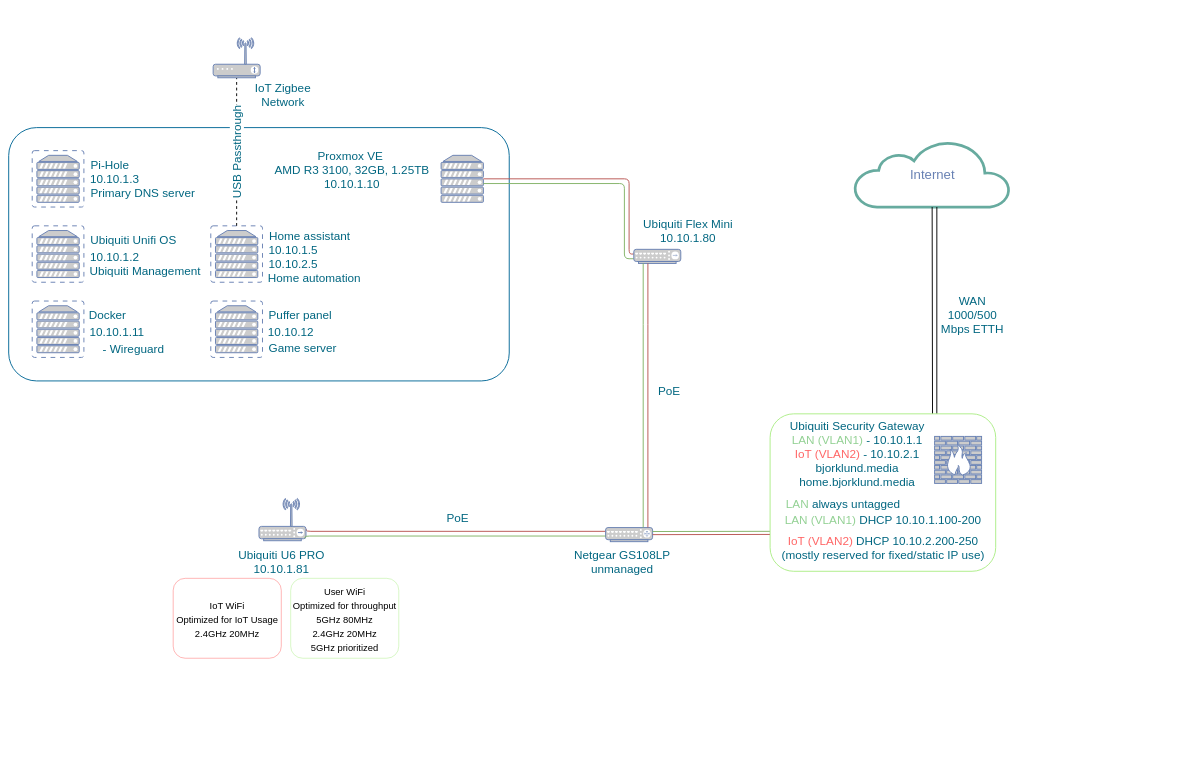
This is Drawio/network.drawio from Vili-B/HomeLab, a draw.io file, before an edit. Source tidied: cells renumbered, new cells numbered last; positions are measured from the earlier drawing's top-left corner, leaving out a move shared by most shapes. Both pictures are drawn from the tidied source at 47%, with x=0, y=0 at pixel (8, 38).
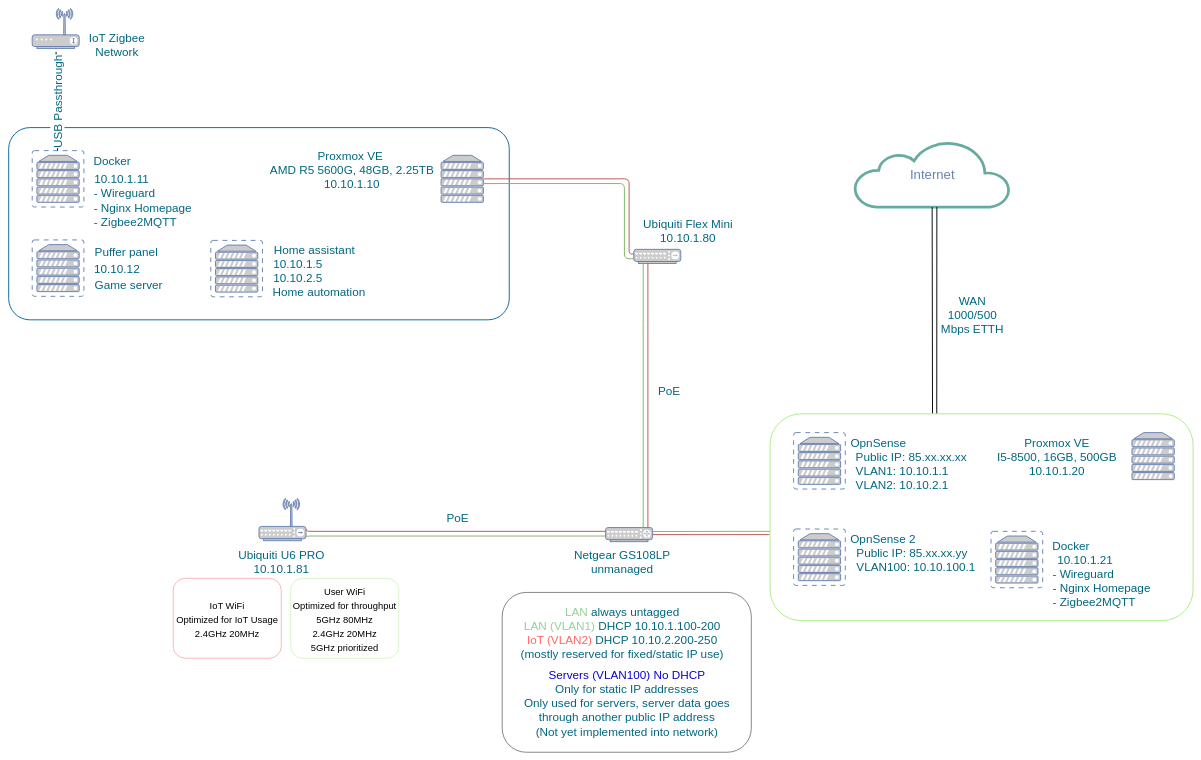
Above is the later version.

Unchanged cells that the change refers to:
```xml
<mxCell id="4" style="fontColor=#0066CC;verticalAlign=top;verticalLabelPosition=bottom;labelPosition=center;align=center;html=1;fillColor=#CCCCCC;strokeColor=#6881B3;gradientColor=none;gradientDirection=north;strokeWidth=2;shape=mxgraph.networks.router;rounded=0;shadow=0;comic=0;" parent="1" vertex="1">
  <mxGeometry x="1270" y="1042" width="100" height="30" as="geometry" />
</mxCell>
```

The edit, as a diff of the source:
```diff
@@
     <mxCell id="2" style="rounded=1;whiteSpace=wrap;html=1;shadow=0;comic=0;strokeColor=#036897;strokeWidth=2;fillColor=none;fontFamily=Verdana;fontSize=28;fontColor=#6881B3;align=center;arcSize=11;verticalAlign=top;" parent="1" vertex="1">
-      <mxGeometry y="191" width="1065" height="539" as="geometry" />
+      <mxGeometry y="191" width="1065" height="409" as="geometry" />
     </mxCell>
@@
-    <mxCell id="9" value="Proxmox VE&amp;nbsp;&lt;br&gt;AMD R3 3100, 32GB, 1.25TB&lt;br&gt;10.10.1.10" style="text;html=1;align=center;verticalAlign=middle;strokeColor=none;fillColor=none;fontSize=25;fontColor=#006680;" parent="1" vertex="1">
-      <mxGeometry x="555" y="230" width="350" height="100" as="geometry" />
+    <mxCell id="9" value="Proxmox VE&amp;nbsp;&lt;br&gt;AMD R5 5600G, 48GB, 2.25TB&lt;br&gt;10.10.1.10" style="text;html=1;align=center;verticalAlign=middle;strokeColor=none;fillColor=none;fontSize=25;fontColor=#006680;" parent="1" vertex="1">
+      <mxGeometry x="545" y="230" width="370" height="100" as="geometry" />
     </mxCell>
@@
-    <mxCell id="14" style="endArrow=none;html=1;rounded=0;fontSize=25;fontColor=#FF6666;exitX=0.72;exitY=0.003;exitDx=0;exitDy=0;exitPerimeter=0;strokeWidth=2;" parent="1" edge="1" source="16">
+    <mxCell id="14" style="endArrow=none;html=1;rounded=0;fontSize=25;fontColor=#FF6666;exitX=0.384;exitY=-0.001;exitDx=0;exitDy=0;exitPerimeter=0;strokeWidth=2;" parent="1" edge="1" source="16">
       <mxGeometry relative="1" as="geometry">
         <mxPoint x="1964.8" y="360" as="targetPoint" />
       </mxGeometry>
     </mxCell>
-    <mxCell id="15" style="endArrow=none;html=1;rounded=0;fontSize=25;fontColor=#FF6666;exitX=0.739;exitY=0.002;exitDx=0;exitDy=0;exitPerimeter=0;strokeWidth=2;" parent="1" edge="1" source="16">
+    <mxCell id="15" style="endArrow=none;html=1;rounded=0;fontSize=25;fontColor=#FF6666;strokeWidth=2;exitX=0.394;exitY=0;exitDx=0;exitDy=0;exitPerimeter=0;" parent="1" edge="1" source="16">
       <mxGeometry relative="1" as="geometry">
         <mxPoint x="1974.8" y="360" as="targetPoint" />
       </mxGeometry>
     </mxCell>
-    <mxCell id="16" style="rounded=1;whiteSpace=wrap;html=1;strokeColor=#ACED87;fontSize=25;fontColor=#FF6666;strokeWidth=2;" parent="1" vertex="1">
-      <mxGeometry x="1620" y="800" width="480" height="335" as="geometry" />
+    <mxCell id="16" style="rounded=1;whiteSpace=wrap;html=1;strokeColor=#ACED87;fontSize=25;fontColor=#FF6666;strokeWidth=2;fillColor=none;" parent="1" vertex="1">
+      <mxGeometry x="1620" y="800" width="900" height="440" as="geometry" />
     </mxCell>
-    <mxCell id="17" style="fontColor=#0066CC;verticalAlign=top;verticalLabelPosition=bottom;labelPosition=center;align=center;html=1;fillColor=#CCCCCC;strokeColor=#6881B3;gradientColor=none;gradientDirection=north;strokeWidth=2;shape=mxgraph.networks.firewall;fontSize=25;" parent="1" vertex="1">
-      <mxGeometry x="1970" y="848" width="100" height="100" as="geometry" />
-    </mxCell>
-    <mxCell id="18" value="&lt;font style=&quot;font-size: 25px;&quot;&gt;&lt;font color=&quot;#006680&quot;&gt;Ubiquiti Security Gateway&lt;/font&gt;&lt;br&gt;&lt;font color=&quot;#93d194&quot;&gt;LAN (VLAN1)&lt;/font&gt;&lt;/font&gt;&lt;font color=&quot;#006680&quot; style=&quot;font-size: 25px;&quot;&gt; - 10.10.1.1&lt;br&gt;&lt;/font&gt;&lt;span style=&quot;color: rgb(255, 102, 102); font-size: 25px;&quot;&gt;IoT (VLAN2)&amp;nbsp;&lt;/span&gt;&lt;font color=&quot;#006680&quot; style=&quot;font-size: 25px;&quot;&gt;- 10.10.2.1&lt;br&gt;bjorklund.media&lt;br&gt;home.bjorklund.media&lt;br&gt;&lt;/font&gt;" style="text;html=1;align=center;verticalAlign=middle;strokeColor=none;fillColor=none;" parent="1" vertex="1">
-      <mxGeometry x="1650" y="805" width="310" height="160" as="geometry" />
+    <mxCell id="18" value="&lt;font style=&quot;font-size: 25px;&quot;&gt;&lt;font color=&quot;#006680&quot;&gt;Proxmox VE&lt;br&gt;&lt;/font&gt;&lt;/font&gt;&lt;font color=&quot;#006680&quot; style=&quot;font-size: 25px;&quot;&gt;I5-8500, 16GB, 500GB&lt;br&gt;10.10.1.20&lt;br&gt;&lt;/font&gt;" style="text;html=1;align=center;verticalAlign=middle;strokeColor=none;fillColor=none;" parent="1" vertex="1">
+      <mxGeometry x="2090" y="840" width="280" height="100" as="geometry" />
     </mxCell>
-    <mxCell id="19" value="&lt;font color=&quot;#93d194&quot;&gt;LAN (VLAN1)&lt;/font&gt;&lt;font color=&quot;#006680&quot;&gt; DHCP 10.10.1.100-200&lt;/font&gt;" style="text;html=1;align=center;verticalAlign=middle;strokeColor=none;fillColor=none;fontSize=25;fontColor=#FF6666;" parent="1" vertex="1">
-      <mxGeometry x="1640" y="1005" width="440" height="40" as="geometry" />
-    </mxCell>
-    <mxCell id="20" value="IoT (VLAN2)&lt;font color=&quot;#006680&quot;&gt;&amp;nbsp;DHCP 10.10.2.200-250&lt;br&gt;(mostly reserved for fixed/static IP use)&lt;br&gt;&lt;/font&gt;" style="text;html=1;align=center;verticalAlign=middle;strokeColor=none;fillColor=none;fontSize=25;fontColor=#FF6666;" parent="1" vertex="1">
-      <mxGeometry x="1630" y="1050" width="460" height="70" as="geometry" />
-    </mxCell>
-    <mxCell id="21" style="endArrow=none;html=1;rounded=0;fontSize=25;fontColor=#FF6666;exitX=-0.001;exitY=0.766;exitDx=0;exitDy=0;exitPerimeter=0;entryX=1;entryY=0.5;entryDx=0;entryDy=0;entryPerimeter=0;fillColor=#f8cecc;strokeColor=#B85450;strokeWidth=2;" parent="1" edge="1" source="16" target="4">
+    <mxCell id="21" style="endArrow=none;html=1;rounded=0;fontSize=25;fontColor=#FF6666;entryX=1;entryY=0.5;entryDx=0;entryDy=0;entryPerimeter=0;fillColor=#f8cecc;strokeColor=#B85450;strokeWidth=2;exitX=-0.002;exitY=0.584;exitDx=0;exitDy=0;exitPerimeter=0;" parent="1" edge="1" source="16" target="4">
       <mxGeometry relative="1" as="geometry" />
     </mxCell>
@@
     <mxCell id="31" style="fontColor=#0066CC;verticalAlign=top;verticalLabelPosition=bottom;labelPosition=center;align=center;html=1;fillColor=#CCCCCC;strokeColor=#6881B3;gradientColor=none;gradientDirection=north;strokeWidth=2;shape=mxgraph.networks.virtual_server;fontSize=20;" parent="1" vertex="1">
-      <mxGeometry x="50" y="240" width="110" height="120" as="geometry" />
+      <mxGeometry x="1670" y="840" width="110" height="120" as="geometry" />
     </mxCell>
-    <mxCell id="32" value="&lt;font style=&quot;font-size: 25px;&quot;&gt;Pi-Hole&lt;/font&gt;" style="text;html=1;align=center;verticalAlign=middle;strokeColor=none;fillColor=none;fontSize=20;fontColor=#006680;" parent="1" vertex="1">
-      <mxGeometry x="160" y="250" width="110" height="40" as="geometry" />
-    </mxCell>
-    <mxCell id="33" value="10.10.1.3" style="text;html=1;align=center;verticalAlign=middle;strokeColor=none;fillColor=none;fontSize=25;fontColor=#006680;" parent="1" vertex="1">
-      <mxGeometry x="160" y="280" width="130" height="40" as="geometry" />
-    </mxCell>
     <mxCell id="34" style="fontColor=#0066CC;verticalAlign=top;verticalLabelPosition=bottom;labelPosition=center;align=center;html=1;fillColor=#CCCCCC;strokeColor=#6881B3;gradientColor=none;gradientDirection=north;strokeWidth=2;shape=mxgraph.networks.virtual_server;fontSize=25;" parent="1" vertex="1">
-      <mxGeometry x="50" y="400" width="110" height="120" as="geometry" />
+      <mxGeometry x="2090" y="1050" width="110" height="120" as="geometry" />
     </mxCell>
     <mxCell id="35" style="fontColor=#0066CC;verticalAlign=top;verticalLabelPosition=bottom;labelPosition=center;align=center;html=1;outlineConnect=0;fillColor=#CCCCCC;strokeColor=#6881B3;gradientColor=none;gradientDirection=north;strokeWidth=2;shape=mxgraph.networks.virtual_server;fontSize=25;" parent="1" vertex="1">
-      <mxGeometry x="50" y="560" width="110" height="120" as="geometry" />
+      <mxGeometry x="50" y="240" width="110" height="120" as="geometry" />
     </mxCell>
     <mxCell id="36" style="fontColor=#0066CC;verticalAlign=top;verticalLabelPosition=bottom;labelPosition=center;align=center;html=1;outlineConnect=0;fillColor=#CCCCCC;strokeColor=#6881B3;gradientColor=none;gradientDirection=north;strokeWidth=2;shape=mxgraph.networks.virtual_server;fontSize=20;" parent="1" vertex="1">
-      <mxGeometry x="430" y="400" width="110" height="120" as="geometry" />
+      <mxGeometry x="430" y="431" width="110" height="120" as="geometry" />
     </mxCell>
     <mxCell id="37" style="fontColor=#0066CC;verticalAlign=top;verticalLabelPosition=bottom;labelPosition=center;align=center;html=1;fillColor=#CCCCCC;strokeColor=#6881B3;gradientColor=none;gradientDirection=north;strokeWidth=2;shape=mxgraph.networks.virtual_server;fontSize=25;" parent="1" vertex="1">
-      <mxGeometry x="430" y="560" width="110" height="120" as="geometry" />
+      <mxGeometry x="50" y="430" width="110" height="120" as="geometry" />
     </mxCell>
-    <mxCell id="38" value="Ubiquiti Unifi OS" style="text;html=1;align=center;verticalAlign=middle;strokeColor=none;fillColor=none;fontSize=25;fontColor=#006680;" parent="1" vertex="1">
-      <mxGeometry x="160" y="410" width="210" height="40" as="geometry" />
-    </mxCell>
-    <mxCell id="39" value="10.10.1.2" style="text;html=1;align=center;verticalAlign=middle;strokeColor=none;fillColor=none;fontSize=25;fontColor=#006680;" parent="1" vertex="1">
-      <mxGeometry x="160" y="445" width="130" height="40" as="geometry" />
-    </mxCell>
     <mxCell id="40" value="Docker" style="text;html=1;align=center;verticalAlign=middle;strokeColor=none;fillColor=none;fontSize=25;fontColor=#006680;" parent="1" vertex="1">
-      <mxGeometry x="160" y="569" width="100" height="40" as="geometry" />
+      <mxGeometry x="170" y="240" width="100" height="40" as="geometry" />
     </mxCell>
     <mxCell id="41" value="10.10.1.11" style="text;html=1;align=center;verticalAlign=middle;strokeColor=none;fillColor=none;fontSize=25;fontColor=#006680;" parent="1" vertex="1">
-      <mxGeometry x="160" y="605" width="140" height="40" as="geometry" />
+      <mxGeometry x="170" y="280" width="140" height="40" as="geometry" />
     </mxCell>
     <mxCell id="42" value="Puffer panel" style="text;html=1;align=center;verticalAlign=middle;strokeColor=none;fillColor=none;fontSize=25;fontColor=#006680;" parent="1" vertex="1">
-      <mxGeometry x="540" y="569" width="160" height="40" as="geometry" />
+      <mxGeometry x="170" y="435" width="160" height="40" as="geometry" />
     </mxCell>
     <mxCell id="43" value="10.10.12" style="text;html=1;align=center;verticalAlign=middle;strokeColor=none;fillColor=none;fontSize=25;fontColor=#006680;" parent="1" vertex="1">
-      <mxGeometry x="540" y="605" width="120" height="40" as="geometry" />
+      <mxGeometry x="170" y="471" width="120" height="40" as="geometry" />
     </mxCell>
     <mxCell id="44" value="Home assistant" style="text;html=1;align=center;verticalAlign=middle;strokeColor=none;fillColor=none;fontSize=25;fontColor=#006680;" parent="1" vertex="1">
-      <mxGeometry x="540" y="400" width="200" height="40" as="geometry" />
+      <mxGeometry x="550" y="430" width="200" height="40" as="geometry" />
     </mxCell>
     <mxCell id="45" value="10.10.1.5&lt;br&gt;10.10.2.5" style="text;html=1;align=center;verticalAlign=middle;strokeColor=none;fillColor=none;fontSize=25;fontColor=#006680;" parent="1" vertex="1">
-      <mxGeometry x="540" y="430" width="130" height="70" as="geometry" />
+      <mxGeometry x="550" y="460" width="130" height="70" as="geometry" />
     </mxCell>
-    <mxCell id="46" value="Primary DNS server" style="text;html=1;align=center;verticalAlign=middle;strokeColor=none;fillColor=none;fontSize=25;fontColor=#006680;" parent="1" vertex="1">
-      <mxGeometry x="160" y="310" width="250" height="40" as="geometry" />
-    </mxCell>
-    <mxCell id="47" style="endArrow=none;dashed=1;html=1;rounded=0;fontSize=25;fontColor=#006680;exitX=0.5;exitY=0;exitDx=0;exitDy=0;exitPerimeter=0;strokeWidth=2;" parent="1" edge="1" source="36" target="50">
+    <mxCell id="47" style="endArrow=none;dashed=1;html=1;rounded=0;fontSize=25;fontColor=#006680;strokeWidth=2;" parent="1" edge="1" source="35" target="50">
       <mxGeometry relative="1" as="geometry" />
     </mxCell>
@@
     <mxCell id="49" value="IoT Zigbee&lt;br&gt;Network" style="text;html=1;align=center;verticalAlign=middle;strokeColor=none;fillColor=none;fontSize=25;fontColor=#006680;" parent="1" vertex="1">
-      <mxGeometry x="512.5" y="85" width="140" height="70" as="geometry" />
+      <mxGeometry x="160" y="-20" width="140" height="70" as="geometry" />
     </mxCell>
     <mxCell id="50" style="fontColor=#0066CC;verticalAlign=top;verticalLabelPosition=bottom;labelPosition=center;align=center;html=1;outlineConnect=0;fillColor=#CCCCCC;strokeColor=#6881B3;gradientColor=none;gradientDirection=north;strokeWidth=2;shape=mxgraph.networks.wireless_modem;fontSize=25;" parent="1" vertex="1">
-      <mxGeometry x="435" width="100" height="85" as="geometry" />
+      <mxGeometry x="50" y="-62.5" width="100" height="85" as="geometry" />
     </mxCell>
-    <mxCell id="51" value="Ubiquiti Management" style="text;html=1;align=center;verticalAlign=middle;strokeColor=none;fillColor=none;fontSize=25;fontColor=#006680;" parent="1" vertex="1">
-      <mxGeometry x="160" y="475" width="260" height="40" as="geometry" />
-    </mxCell>
     <mxCell id="52" value="Home automation" style="text;html=1;align=center;verticalAlign=middle;strokeColor=none;fillColor=none;fontSize=25;fontColor=#006680;" parent="1" vertex="1">
-      <mxGeometry x="540" y="490" width="220" height="40" as="geometry" />
+      <mxGeometry x="550" y="520" width="220" height="40" as="geometry" />
     </mxCell>
     <mxCell id="53" value="Game server" style="text;html=1;align=center;verticalAlign=middle;strokeColor=none;fillColor=none;fontSize=25;fontColor=#006680;" parent="1" vertex="1">
-      <mxGeometry x="540" y="639" width="170" height="40" as="geometry" />
+      <mxGeometry x="170" y="505" width="170" height="40" as="geometry" />
     </mxCell>
-    <mxCell id="54" value="&lt;span style=&quot;color: rgb(147, 209, 148);&quot;&gt;LAN&amp;nbsp;&lt;/span&gt;always untagged" style="text;html=1;align=center;verticalAlign=middle;strokeColor=none;fillColor=none;fontSize=25;fontColor=#006680;" parent="1" vertex="1">
-      <mxGeometry x="1640" y="970" width="270" height="40" as="geometry" />
-    </mxCell>
-    <mxCell id="55" value="- Wireguard" style="text;html=1;align=center;verticalAlign=middle;strokeColor=none;fillColor=none;fontColor=#006680;fontSize=25;" parent="1" vertex="1">
-      <mxGeometry x="190" y="640" width="150" height="40" as="geometry" />
+    <mxCell id="55" value="&lt;div style=&quot;text-align: left;&quot;&gt;&lt;span style=&quot;background-color: initial;&quot;&gt;- Wireguard&lt;/span&gt;&lt;/div&gt;&lt;div style=&quot;text-align: left;&quot;&gt;&lt;span style=&quot;background-color: initial;&quot;&gt;- Nginx Homepage&lt;/span&gt;&lt;/div&gt;&lt;div style=&quot;text-align: left;&quot;&gt;- Zigbee2MQTT&lt;/div&gt;" style="text;html=1;align=center;verticalAlign=middle;strokeColor=none;fillColor=none;fontColor=#006680;fontSize=25;" parent="1" vertex="1">
+      <mxGeometry x="170" y="310" width="230" height="100" as="geometry" />
     </mxCell>
@@
+    <mxCell id="57" style="edgeStyle=orthogonalEdgeStyle;rounded=0;orthogonalLoop=1;jettySize=auto;html=1;exitX=0.5;exitY=1;exitDx=0;exitDy=0;" parent="1" edge="1" source="2" target="2">
+      <mxGeometry relative="1" as="geometry" />
+    </mxCell>
+    <mxCell id="58" style="fontColor=#0066CC;verticalAlign=top;verticalLabelPosition=bottom;labelPosition=center;align=center;html=1;fillColor=#CCCCCC;strokeColor=#6881B3;gradientColor=none;gradientDirection=north;strokeWidth=2;shape=mxgraph.networks.server;fontSize=25;" parent="1" vertex="1">
+      <mxGeometry x="2390" y="840" width="90" height="100" as="geometry" />
+    </mxCell>
+    <mxCell id="59" value="&lt;span style=&quot;color: rgb(147, 209, 148);&quot;&gt;LAN&amp;nbsp;&lt;/span&gt;always untagged&lt;br&gt;&lt;font color=&quot;#93d194&quot;&gt;LAN (VLAN1)&lt;/font&gt;&lt;font color=&quot;#006680&quot;&gt;&amp;nbsp;DHCP 10.10.1.100-200&lt;br&gt;&lt;/font&gt;&lt;font color=&quot;#ff6662&quot;&gt;IoT (VLAN2)&lt;/font&gt;&lt;font color=&quot;#006680&quot;&gt;&amp;nbsp;DHCP 10.10.2.200-250&lt;br&gt;(mostly reserved for fixed/static IP use)&lt;/font&gt;&lt;font color=&quot;#006680&quot;&gt;&lt;br&gt;&lt;/font&gt;" style="text;html=1;align=center;verticalAlign=middle;strokeColor=none;fillColor=none;fontSize=25;fontColor=#006680;" parent="1" vertex="1">
+      <mxGeometry x="1075" y="1200" width="460" height="130" as="geometry" />
+    </mxCell>
+    <mxCell id="60" value="Docker" style="text;html=1;align=center;verticalAlign=middle;strokeColor=none;fillColor=none;fontSize=25;fontColor=#006680;" parent="1" vertex="1">
+      <mxGeometry x="2210" y="1060" width="100" height="40" as="geometry" />
+    </mxCell>
+    <mxCell id="61" value="10.10.1.21" style="text;html=1;align=center;verticalAlign=middle;strokeColor=none;fillColor=none;fontSize=25;fontColor=#006680;" parent="1" vertex="1">
+      <mxGeometry x="2220" y="1090" width="140" height="40" as="geometry" />
+    </mxCell>
+    <mxCell id="62" value="&lt;div style=&quot;text-align: left;&quot;&gt;&lt;span style=&quot;background-color: initial;&quot;&gt;- Wireguard&lt;/span&gt;&lt;/div&gt;&lt;div style=&quot;text-align: left;&quot;&gt;&lt;span style=&quot;background-color: initial;&quot;&gt;- Nginx Homepage&lt;/span&gt;&lt;/div&gt;&lt;div style=&quot;text-align: left;&quot;&gt;- Zigbee2MQTT&lt;/div&gt;" style="text;html=1;align=center;verticalAlign=middle;strokeColor=none;fillColor=none;fontColor=#006680;fontSize=25;" parent="1" vertex="1">
+      <mxGeometry x="2210" y="1120" width="230" height="100" as="geometry" />
+    </mxCell>
+    <mxCell id="63" style="rounded=1;whiteSpace=wrap;html=1;fillColor=none;" parent="1" vertex="1">
+      <mxGeometry x="1050" y="1180" width="530" height="340" as="geometry" />
+    </mxCell>
+    <mxCell id="64" value="OpnSense" style="text;html=1;align=center;verticalAlign=middle;strokeColor=none;fillColor=none;fontSize=25;fontColor=#006680;" parent="1" vertex="1">
+      <mxGeometry x="1780" y="840" width="140" height="40" as="geometry" />
+    </mxCell>
+    <mxCell id="65" value="&lt;div style=&quot;text-align: left;&quot;&gt;Public IP: 85.xx.xx.xx&lt;br&gt;VLAN1: 10.10.1.1&lt;br&gt;VLAN2: 10.10.2.1&lt;/div&gt;" style="text;html=1;align=center;verticalAlign=middle;strokeColor=none;fillColor=none;fontColor=#006680;fontSize=25;" parent="1" vertex="1">
+      <mxGeometry x="1790" y="870" width="260" height="100" as="geometry" />
+    </mxCell>
+    <mxCell id="66" style="fontColor=#0066CC;verticalAlign=top;verticalLabelPosition=bottom;labelPosition=center;align=center;html=1;fillColor=#CCCCCC;strokeColor=#6881B3;gradientColor=none;gradientDirection=north;strokeWidth=2;shape=mxgraph.networks.virtual_server;fontSize=20;" parent="1" vertex="1">
+      <mxGeometry x="1670" y="1045" width="110" height="120" as="geometry" />
+    </mxCell>
+    <mxCell id="67" value="OpnSense 2" style="text;html=1;align=center;verticalAlign=middle;strokeColor=none;fillColor=none;fontSize=25;fontColor=#006680;" parent="1" vertex="1">
+      <mxGeometry x="1780" y="1045" width="160" height="40" as="geometry" />
+    </mxCell>
+    <mxCell id="68" value="&lt;div style=&quot;text-align: left;&quot;&gt;Public IP: 85.xx.xx.yy&lt;br&gt;VLAN100: 10.10.100.1&lt;br&gt;&lt;br&gt;&lt;/div&gt;" style="text;html=1;align=center;verticalAlign=middle;strokeColor=none;fillColor=none;fontColor=#006680;fontSize=25;" parent="1" vertex="1">
+      <mxGeometry x="1790" y="1075" width="280" height="100" as="geometry" />
+    </mxCell>
+    <mxCell id="69" value="&lt;font color=&quot;#0e00d1&quot;&gt;Servers (VLAN100) No DHCP&lt;/font&gt;&lt;br&gt;Only for static IP addresses&lt;br&gt;Only used for servers, server data goes &lt;br&gt;through another public IP address&lt;br&gt;(Not yet implemented into network)" style="text;html=1;align=center;verticalAlign=middle;strokeColor=none;fillColor=none;fontSize=25;fontColor=#006680;" parent="1" vertex="1">
+      <mxGeometry x="1085" y="1335" width="460" height="160" as="geometry" />
+    </mxCell>
```
